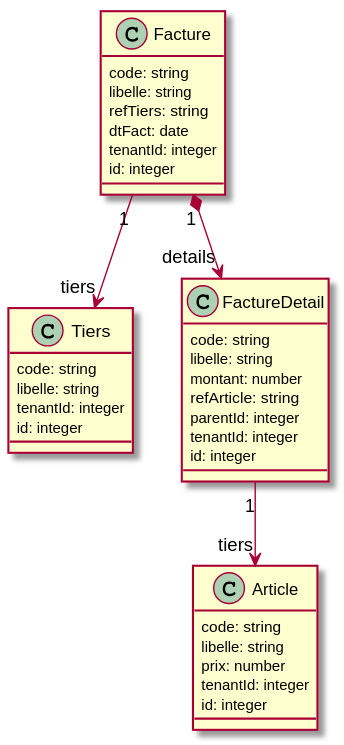
Before: images/learning/Orders.svg, a diagram exported from PlantUML (salviadev/phoenixdoc). Source of this version:
```plantuml
@startuml
class Facture {
  code: string
  libelle: string
  refTiers: string
  dtFact: date
  tenantId: integer
  id: integer
}
class Tiers {
  code: string
  libelle: string
  tenantId: integer
  id: integer
}
class FactureDetail {
  code: string
  libelle: string
  montant: number
  refArticle: string
  parentId: integer
  tenantId: integer
  id: integer
}
class Article {
  code: string
  libelle: string
  prix: number
  tenantId: integer
  id: integer
}
Facture"1"  --> "tiers" Tiers
Facture"1"  *--> "details" FactureDetail
FactureDetail"1"  --> "tiers" Article
@enduml
```
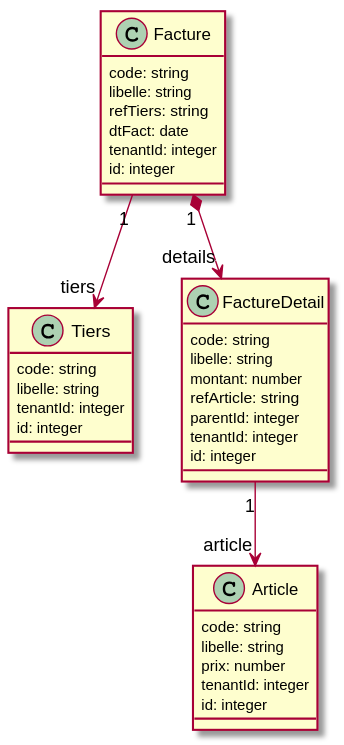
The same file after the commit.

Change to the diagram source:
```diff
@@ -31,5 +31,5 @@
 }
 Facture"1"  --> "tiers" Tiers
 Facture"1"  *--> "details" FactureDetail
-FactureDetail"1"  --> "tiers" Article
+FactureDetail"1"  --> "article" Article
 @enduml
```
